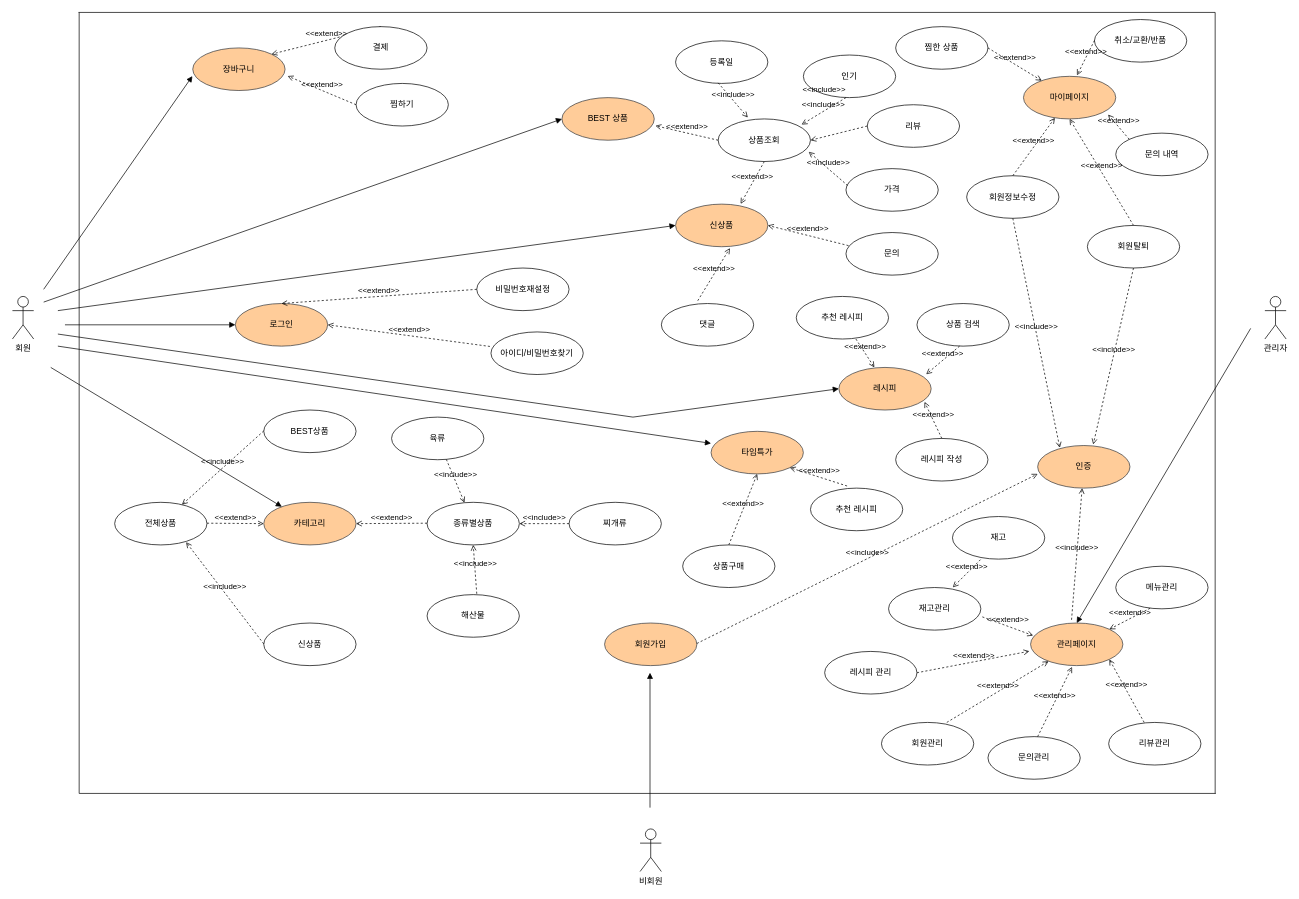
wjdwodhs/USECASE-DIAGRAM keeps this draw.io diagram as USECASE DIAGRAM.drawio. Above is the earlier version. Source tidied: cells renumbered, new cells numbered last; positions are measured from the earlier drawing's top-left corner, leaving out a move shared by most shapes. Both pictures are drawn from the tidied source at 71%, with x=0, y=0 at pixel (12, 12).
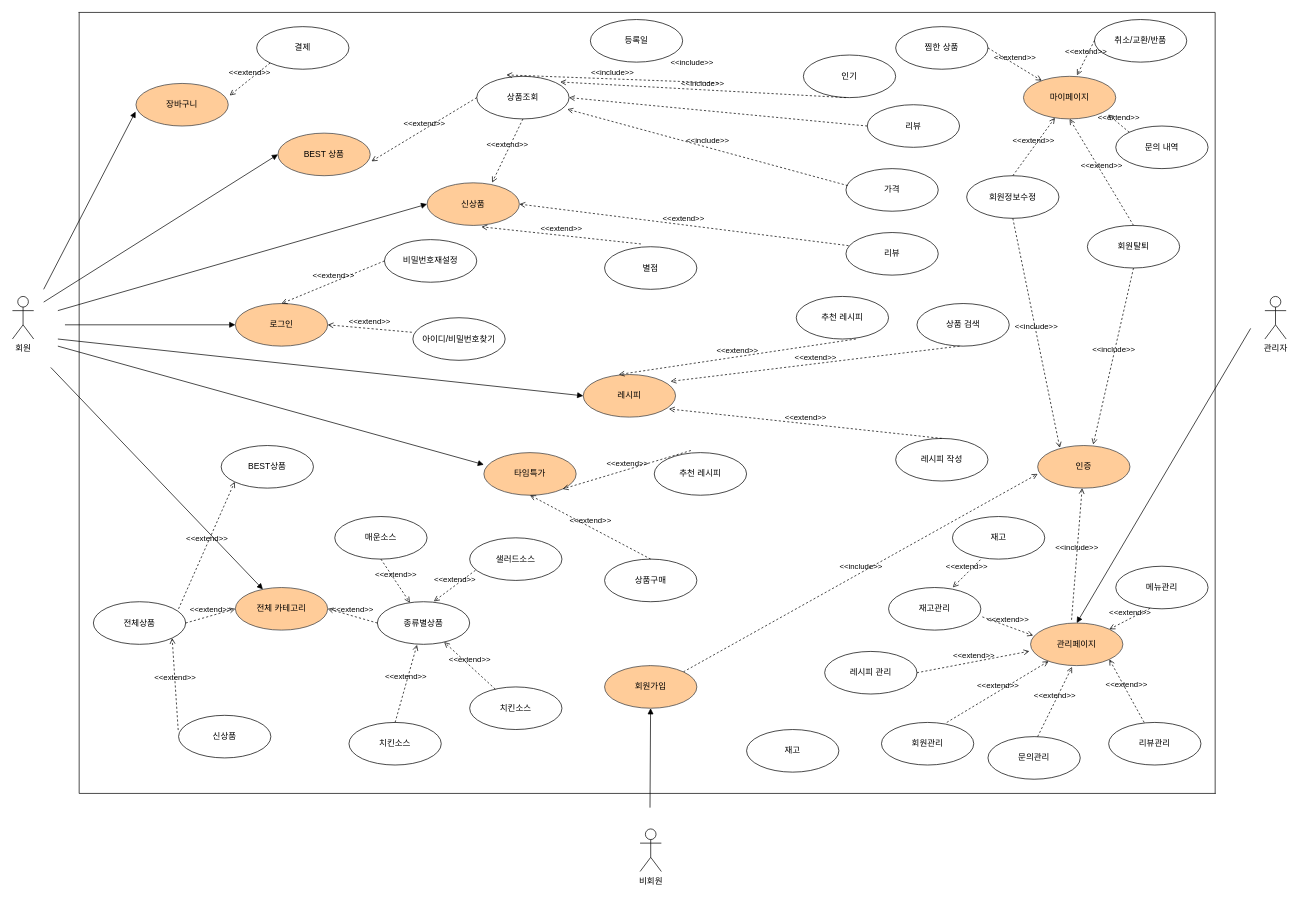
The same page after the edit.

Unchanged cells that the change refers to:
```xml
<mxCell id="77" value="인증" style="ellipse;whiteSpace=wrap;html=1;fillColor=#ffcc99;strokeColor=#36393d;" parent="1" vertex="1">
  <mxGeometry x="1444" y="610" width="130" height="60" as="geometry" />
</mxCell>
```

What changed in the source:
```diff
@@
-    <mxCell id="4" value="회원가입" style="ellipse;whiteSpace=wrap;html=1;fillColor=#ffcc99;strokeColor=#36393d;" parent="1" vertex="1">
-      <mxGeometry x="834" y="860" width="130" height="60" as="geometry" />
-    </mxCell>
@@
     <mxCell id="6" value="타임특가" style="ellipse;whiteSpace=wrap;html=1;fillColor=#ffcc99;strokeColor=#36393d;" parent="1" vertex="1">
-      <mxGeometry x="984" y="590" width="130" height="60" as="geometry" />
+      <mxGeometry x="664" y="620" width="130" height="60" as="geometry" />
     </mxCell>
-    <mxCell id="7" value="카테고리" style="ellipse;whiteSpace=wrap;html=1;fillColor=#ffcc99;strokeColor=#36393d;" parent="1" vertex="1">
-      <mxGeometry x="354" y="690" width="130" height="60" as="geometry" />
+    <mxCell id="7" value="전체 카테고리" style="ellipse;whiteSpace=wrap;html=1;fillColor=#ffcc99;strokeColor=#36393d;" parent="1" vertex="1">
+      <mxGeometry x="314" y="810" width="130" height="60" as="geometry" />
     </mxCell>
     <mxCell id="8" value="BEST 상품" style="ellipse;whiteSpace=wrap;html=1;fillColor=#ffcc99;strokeColor=#36393d;" parent="1" vertex="1">
-      <mxGeometry x="774" y="120" width="130" height="60" as="geometry" />
+      <mxGeometry x="374" y="170" width="130" height="60" as="geometry" />
     </mxCell>
     <mxCell id="9" value="신상품" style="ellipse;whiteSpace=wrap;html=1;fillColor=#ffcc99;strokeColor=#36393d;" parent="1" vertex="1">
-      <mxGeometry x="934" y="270" width="130" height="60" as="geometry" />
+      <mxGeometry x="584" y="240" width="130" height="60" as="geometry" />
     </mxCell>
     <mxCell id="10" value="아이디/비밀번호찾기" style="ellipse;whiteSpace=wrap;html=1;" parent="1" vertex="1">
-      <mxGeometry x="674" y="450" width="130" height="60" as="geometry" />
+      <mxGeometry x="564" y="430" width="130" height="60" as="geometry" />
     </mxCell>
     <mxCell id="11" value="비밀번호재설정" style="ellipse;whiteSpace=wrap;html=1;" parent="1" vertex="1">
-      <mxGeometry x="654" y="360" width="130" height="60" as="geometry" />
+      <mxGeometry x="524" y="320" width="130" height="60" as="geometry" />
     </mxCell>
@@
-    <mxCell id="20" style="html=1;verticalAlign=bottom;labelBackgroundColor=none;endArrow=block;endFill=1;rounded=0;" parent="1" edge="1">
+    <mxCell id="20" style="html=1;verticalAlign=bottom;labelBackgroundColor=none;endArrow=block;endFill=1;rounded=0;" parent="1" edge="1" source="4">
       <mxGeometry relative="1" as="geometry">
-        <mxPoint x="898" y="1120" as="sourcePoint" />
         <mxPoint x="898" y="930" as="targetPoint" />
       </mxGeometry>
     </mxCell>
@@
     <mxCell id="22" value="신상품" style="ellipse;whiteSpace=wrap;html=1;" parent="1" vertex="1">
-      <mxGeometry x="354" y="860" width="130" height="60" as="geometry" />
+      <mxGeometry x="234" y="990" width="130" height="60" as="geometry" />
     </mxCell>
     <mxCell id="23" value="종류별상품" style="ellipse;whiteSpace=wrap;html=1;" parent="1" vertex="1">
-      <mxGeometry x="584" y="690" width="130" height="60" as="geometry" />
+      <mxGeometry x="514" y="830" width="130" height="60" as="geometry" />
     </mxCell>
     <mxCell id="24" value="전체상품" style="ellipse;whiteSpace=wrap;html=1;" parent="1" vertex="1">
-      <mxGeometry x="144" y="690" width="130" height="60" as="geometry" />
+      <mxGeometry x="114" y="830" width="130" height="60" as="geometry" />
     </mxCell>
     <mxCell id="25" value="BEST상품" style="ellipse;whiteSpace=wrap;html=1;" parent="1" vertex="1">
-      <mxGeometry x="354" y="560" width="130" height="60" as="geometry" />
+      <mxGeometry x="294" y="610" width="130" height="60" as="geometry" />
     </mxCell>
-    <mxCell id="26" value="&amp;lt;&amp;lt;extend&amp;gt;&amp;gt;" style="html=1;verticalAlign=bottom;labelBackgroundColor=none;endArrow=open;endFill=0;dashed=1;rounded=0;" parent="1" edge="1" target="7">
-      <mxGeometry relative="1" as="geometry">
-        <mxPoint x="274" y="719.4" as="sourcePoint" />
-      </mxGeometry>
-    </mxCell>
-    <mxCell id="27" value="&amp;lt;&amp;lt;extend&amp;gt;&amp;gt;" style="html=1;verticalAlign=bottom;labelBackgroundColor=none;endArrow=open;endFill=0;dashed=1;rounded=0;entryX=1;entryY=0.5;entryDx=0;entryDy=0;" parent="1" edge="1" target="7">
-      <mxGeometry relative="1" as="geometry">
-        <mxPoint x="584" y="719.4" as="sourcePoint" />
-      </mxGeometry>
-    </mxCell>
-    <mxCell id="28" value="&amp;lt;&amp;lt;include&amp;gt;&amp;gt;" style="html=1;verticalAlign=bottom;labelBackgroundColor=none;endArrow=open;endFill=0;dashed=1;rounded=0;" parent="1" edge="1" target="24">
-      <mxGeometry relative="1" as="geometry">
-        <mxPoint x="354" y="589.4" as="sourcePoint" />
-      </mxGeometry>
-    </mxCell>
-    <mxCell id="29" value="&amp;lt;&amp;lt;include&amp;gt;&amp;gt;" style="html=1;verticalAlign=bottom;labelBackgroundColor=none;endArrow=open;endFill=0;dashed=1;rounded=0;entryX=0.774;entryY=0.935;entryDx=0;entryDy=0;entryPerimeter=0;" parent="1" edge="1" target="24">
-      <mxGeometry relative="1" as="geometry">
-        <mxPoint x="354" y="889.4" as="sourcePoint" />
-      </mxGeometry>
-    </mxCell>
-    <mxCell id="30" value="육류" style="ellipse;whiteSpace=wrap;html=1;" parent="1" vertex="1">
-      <mxGeometry x="534" y="570" width="130" height="60" as="geometry" />
+    <mxCell id="30" value="매운소스" style="ellipse;whiteSpace=wrap;html=1;" parent="1" vertex="1">
+      <mxGeometry x="454" y="710" width="130" height="60" as="geometry" />
     </mxCell>
-    <mxCell id="31" value="찌개류" style="ellipse;whiteSpace=wrap;html=1;" parent="1" vertex="1">
-      <mxGeometry x="784" y="690" width="130" height="60" as="geometry" />
+    <mxCell id="31" value="샐러드소스" style="ellipse;whiteSpace=wrap;html=1;" parent="1" vertex="1">
+      <mxGeometry x="644" y="740" width="130" height="60" as="geometry" />
     </mxCell>
-    <mxCell id="32" value="해산물" style="ellipse;whiteSpace=wrap;html=1;" parent="1" vertex="1">
-      <mxGeometry x="584" y="820" width="130" height="60" as="geometry" />
+    <mxCell id="32" value="치킨소스" style="ellipse;whiteSpace=wrap;html=1;" parent="1" vertex="1">
+      <mxGeometry x="474" y="1000" width="130" height="60" as="geometry" />
     </mxCell>
-    <mxCell id="33" value="&amp;lt;&amp;lt;include&amp;gt;&amp;gt;" style="html=1;verticalAlign=bottom;labelBackgroundColor=none;endArrow=open;endFill=0;dashed=1;rounded=0;" parent="1" edge="1" source="30" target="23">
-      <mxGeometry relative="1" as="geometry" />
-    </mxCell>
-    <mxCell id="34" value="&amp;lt;&amp;lt;include&amp;gt;&amp;gt;" style="html=1;verticalAlign=bottom;labelBackgroundColor=none;endArrow=open;endFill=0;dashed=1;rounded=0;entryX=1;entryY=0.5;entryDx=0;entryDy=0;" parent="1" edge="1" target="23">
-      <mxGeometry relative="1" as="geometry">
-        <mxPoint x="784" y="720" as="sourcePoint" />
-      </mxGeometry>
-    </mxCell>
-    <mxCell id="35" value="&amp;lt;&amp;lt;include&amp;gt;&amp;gt;" style="html=1;verticalAlign=bottom;labelBackgroundColor=none;endArrow=open;endFill=0;dashed=1;rounded=0;entryX=0.5;entryY=1;entryDx=0;entryDy=0;" parent="1" edge="1" target="23">
-      <mxGeometry relative="1" as="geometry">
-        <mxPoint x="654" y="818.8" as="sourcePoint" />
-      </mxGeometry>
-    </mxCell>
     <mxCell id="36" value="레시피" style="ellipse;whiteSpace=wrap;html=1;fillColor=#ffcc99;strokeColor=#36393d;" parent="1" vertex="1">
-      <mxGeometry x="1164" y="500" width="130" height="60" as="geometry" />
+      <mxGeometry x="804" y="510" width="130" height="60" as="geometry" />
     </mxCell>
     <mxCell id="37" value="장바구니" style="ellipse;whiteSpace=wrap;html=1;fillColor=#ffcc99;strokeColor=#36393d;" parent="1" vertex="1">
-      <mxGeometry x="254" y="50" width="130" height="60" as="geometry" />
+      <mxGeometry x="174" y="100" width="130" height="60" as="geometry" />
     </mxCell>
@@
-    <mxCell id="40" value="찜하기" style="ellipse;whiteSpace=wrap;html=1;" parent="1" vertex="1">
-      <mxGeometry x="484" y="100" width="130" height="60" as="geometry" />
-    </mxCell>
-    <mxCell id="41" value="&amp;lt;&amp;lt;extend&amp;gt;&amp;gt;" style="html=1;verticalAlign=bottom;labelBackgroundColor=none;endArrow=open;endFill=0;dashed=1;rounded=0;exitX=0;exitY=0.5;exitDx=0;exitDy=0;entryX=1.028;entryY=0.661;entryDx=0;entryDy=0;entryPerimeter=0;" parent="1" edge="1" source="40" target="37">
-      <mxGeometry relative="1" as="geometry" />
-    </mxCell>
-    <mxCell id="42" value="&amp;lt;&amp;lt;extend&amp;gt;&amp;gt;" style="html=1;verticalAlign=bottom;labelBackgroundColor=none;endArrow=open;endFill=0;dashed=1;rounded=0;exitX=0.5;exitY=0;exitDx=0;exitDy=0;entryX=1;entryY=0;entryDx=0;entryDy=0;" parent="1" edge="1" source="44" target="37">
-      <mxGeometry relative="1" as="geometry" />
-    </mxCell>
-    <mxCell id="43" style="html=1;verticalAlign=bottom;labelBackgroundColor=none;endArrow=open;endFill=0;dashed=1;rounded=0;exitX=0.5;exitY=0;exitDx=0;exitDy=0;entryX=1;entryY=0;entryDx=0;entryDy=0;" parent="1" edge="1" target="44">
-      <mxGeometry relative="1" as="geometry">
-        <mxPoint x="544" y="40" as="sourcePoint" />
-      </mxGeometry>
-    </mxCell>
     <mxCell id="44" value="결제" style="ellipse;whiteSpace=wrap;html=1;" parent="1" vertex="1">
-      <mxGeometry x="454" y="20" width="130" height="60" as="geometry" />
+      <mxGeometry x="344" y="20" width="130" height="60" as="geometry" />
     </mxCell>
@@
     <mxCell id="47" value="등록일" style="ellipse;whiteSpace=wrap;html=1;" parent="1" vertex="1">
-      <mxGeometry x="934" y="40" width="130" height="60" as="geometry" />
+      <mxGeometry x="814" y="10" width="130" height="60" as="geometry" />
     </mxCell>
@@
     <mxCell id="51" value="상품조회" style="ellipse;whiteSpace=wrap;html=1;" parent="1" vertex="1">
-      <mxGeometry x="994" y="150" width="130" height="60" as="geometry" />
+      <mxGeometry x="654" y="90" width="130" height="60" as="geometry" />
     </mxCell>
@@
-    <mxCell id="57" value="댓글" style="ellipse;whiteSpace=wrap;html=1;" parent="1" vertex="1">
-      <mxGeometry x="914" y="410" width="130" height="60" as="geometry" />
+    <mxCell id="57" value="별점" style="ellipse;whiteSpace=wrap;html=1;" parent="1" vertex="1">
+      <mxGeometry x="834" y="330" width="130" height="60" as="geometry" />
     </mxCell>
-    <mxCell id="58" value="문의" style="ellipse;whiteSpace=wrap;html=1;" parent="1" vertex="1">
+    <mxCell id="58" value="리뷰" style="ellipse;whiteSpace=wrap;html=1;" parent="1" vertex="1">
       <mxGeometry x="1174" y="310" width="130" height="60" as="geometry" />
     </mxCell>
@@
     <mxCell id="61" value="상품구매" style="ellipse;whiteSpace=wrap;html=1;" parent="1" vertex="1">
-      <mxGeometry x="944" y="750" width="130" height="60" as="geometry" />
+      <mxGeometry x="834" y="770" width="130" height="60" as="geometry" />
     </mxCell>
     <mxCell id="62" value="추천 레시피" style="ellipse;whiteSpace=wrap;html=1;" parent="1" vertex="1">
-      <mxGeometry x="1124" y="670" width="130" height="60" as="geometry" />
+      <mxGeometry x="904" y="620" width="130" height="60" as="geometry" />
     </mxCell>
@@
     <mxCell id="70" value="문의 내역" style="ellipse;whiteSpace=wrap;html=1;" parent="1" vertex="1">
-      <mxGeometry x="1554" y="170" width="130" height="60" as="geometry" />
+      <mxGeometry x="1554" y="160" width="130" height="60" as="geometry" />
     </mxCell>
@@
-    <mxCell id="78" value="&amp;lt;&amp;lt;include&amp;gt;&amp;gt;" style="html=1;verticalAlign=bottom;labelBackgroundColor=none;endArrow=open;endFill=0;dashed=1;rounded=0;entryX=0;entryY=0.667;entryDx=0;entryDy=0;entryPerimeter=0;" parent="1" edge="1" target="77">
-      <mxGeometry relative="1" as="geometry">
-        <mxPoint x="964" y="888.8" as="sourcePoint" />
-      </mxGeometry>
+    <mxCell id="78" value="&amp;lt;&amp;lt;include&amp;gt;&amp;gt;" style="html=1;verticalAlign=bottom;labelBackgroundColor=none;endArrow=open;endFill=0;dashed=1;rounded=0;entryX=0;entryY=0.667;entryDx=0;entryDy=0;entryPerimeter=0;exitX=1;exitY=0;exitDx=0;exitDy=0;" parent="1" edge="1" source="4" target="77">
+      <mxGeometry relative="1" as="geometry" />
     </mxCell>
@@
-    <mxCell id="95" style="html=1;verticalAlign=bottom;labelBackgroundColor=none;endArrow=block;endFill=1;rounded=0;entryX=0;entryY=0.5;entryDx=0;entryDy=0;" parent="1" edge="1" target="36">
-      <mxGeometry relative="1" as="geometry">
-        <mxPoint x="64" y="453" as="sourcePoint" />
-        <Array as="points">
-          <mxPoint x="874" y="570" />
-        </Array>
-      </mxGeometry>
-    </mxCell>
@@
+    <mxCell id="105" value="재고" style="ellipse;whiteSpace=wrap;html=1;" parent="1" vertex="1">
+      <mxGeometry x="1034" y="1010" width="130" height="60" as="geometry" />
+    </mxCell>
+    <mxCell id="106" value="치킨소스" style="ellipse;whiteSpace=wrap;html=1;" parent="1" vertex="1">
+      <mxGeometry x="644" y="950" width="130" height="60" as="geometry" />
+    </mxCell>
+    <mxCell id="107" value="&amp;lt;&amp;lt;extend&amp;gt;&amp;gt;" style="html=1;verticalAlign=bottom;labelBackgroundColor=none;endArrow=open;endFill=0;dashed=1;rounded=0;entryX=1;entryY=1;entryDx=0;entryDy=0;exitX=-0.004;exitY=0.346;exitDx=0;exitDy=0;exitPerimeter=0;" parent="1" edge="1" source="22" target="24">
+      <mxGeometry relative="1" as="geometry" />
+    </mxCell>
+    <mxCell id="108" value="&amp;lt;&amp;lt;extend&amp;gt;&amp;gt;" style="html=1;verticalAlign=bottom;labelBackgroundColor=none;endArrow=open;endFill=0;dashed=1;rounded=0;entryX=0;entryY=1;entryDx=0;entryDy=0;exitX=0.923;exitY=0.167;exitDx=0;exitDy=0;exitPerimeter=0;" parent="1" edge="1" source="24" target="25">
+      <mxGeometry relative="1" as="geometry" />
+    </mxCell>
+    <mxCell id="109" value="&amp;lt;&amp;lt;extend&amp;gt;&amp;gt;" style="html=1;verticalAlign=bottom;labelBackgroundColor=none;endArrow=open;endFill=0;dashed=1;rounded=0;entryX=0;entryY=0.5;entryDx=0;entryDy=0;exitX=1;exitY=0.5;exitDx=0;exitDy=0;" parent="1" edge="1" source="24" target="7">
+      <mxGeometry relative="1" as="geometry" />
+    </mxCell>
+    <mxCell id="110" value="&amp;lt;&amp;lt;extend&amp;gt;&amp;gt;" style="html=1;verticalAlign=bottom;labelBackgroundColor=none;endArrow=open;endFill=0;dashed=1;rounded=0;entryX=1;entryY=0.5;entryDx=0;entryDy=0;exitX=0;exitY=0.5;exitDx=0;exitDy=0;" parent="1" edge="1" source="23" target="7">
+      <mxGeometry relative="1" as="geometry" />
+    </mxCell>
+    <mxCell id="111" value="&amp;lt;&amp;lt;extend&amp;gt;&amp;gt;" style="html=1;verticalAlign=bottom;labelBackgroundColor=none;endArrow=open;endFill=0;dashed=1;rounded=0;entryX=0.429;entryY=1.012;entryDx=0;entryDy=0;exitX=0.5;exitY=0;exitDx=0;exitDy=0;entryPerimeter=0;" parent="1" edge="1" source="32" target="23">
+      <mxGeometry relative="1" as="geometry" />
+    </mxCell>
+    <mxCell id="33" value="&amp;lt;&amp;lt;extend&amp;gt;&amp;gt;" style="html=1;verticalAlign=bottom;labelBackgroundColor=none;endArrow=open;endFill=0;dashed=1;rounded=0;exitX=0.5;exitY=1;exitDx=0;exitDy=0;" parent="1" edge="1" source="30" target="23">
+      <mxGeometry relative="1" as="geometry" />
+    </mxCell>
+    <mxCell id="26" value="&amp;lt;&amp;lt;extend&amp;gt;&amp;gt;" style="html=1;verticalAlign=bottom;labelBackgroundColor=none;endArrow=open;endFill=0;dashed=1;rounded=0;" parent="1" edge="1" source="106" target="23">
+      <mxGeometry relative="1" as="geometry" />
+    </mxCell>
+    <mxCell id="112" value="&amp;lt;&amp;lt;extend&amp;gt;&amp;gt;" style="html=1;verticalAlign=bottom;labelBackgroundColor=none;endArrow=open;endFill=0;dashed=1;rounded=0;exitX=0.063;exitY=0.762;exitDx=0;exitDy=0;exitPerimeter=0;entryX=0.612;entryY=-0.008;entryDx=0;entryDy=0;entryPerimeter=0;" parent="1" edge="1" source="31" target="23">
+      <mxGeometry relative="1" as="geometry" />
+    </mxCell>
+    <mxCell id="113" style="html=1;verticalAlign=bottom;labelBackgroundColor=none;endArrow=block;endFill=1;rounded=0;" parent="1" edge="1" target="4">
+      <mxGeometry relative="1" as="geometry">
+        <mxPoint x="898" y="1120" as="sourcePoint" />
+      </mxGeometry>
+    </mxCell>
+    <mxCell id="4" value="회원가입" style="ellipse;whiteSpace=wrap;html=1;fillColor=#ffcc99;strokeColor=#36393d;" parent="1" vertex="1">
+      <mxGeometry x="834" y="920" width="130" height="60" as="geometry" />
+    </mxCell>
+    <mxCell id="114" style="html=1;verticalAlign=bottom;labelBackgroundColor=none;endArrow=block;endFill=1;rounded=0;entryX=0;entryY=0.5;entryDx=0;entryDy=0;" parent="1" edge="1" target="36">
+      <mxGeometry relative="1" as="geometry">
+        <mxPoint x="64" y="460" as="sourcePoint" />
+      </mxGeometry>
+    </mxCell>
+    <mxCell id="42" value="&amp;lt;&amp;lt;extend&amp;gt;&amp;gt;" style="html=1;verticalAlign=bottom;labelBackgroundColor=none;endArrow=open;endFill=0;dashed=1;rounded=0;entryX=1.015;entryY=0.283;entryDx=0;entryDy=0;exitX=0;exitY=1;exitDx=0;exitDy=0;entryPerimeter=0;" parent="1" edge="1" source="44" target="37">
+      <mxGeometry relative="1" as="geometry" />
+    </mxCell>
```
